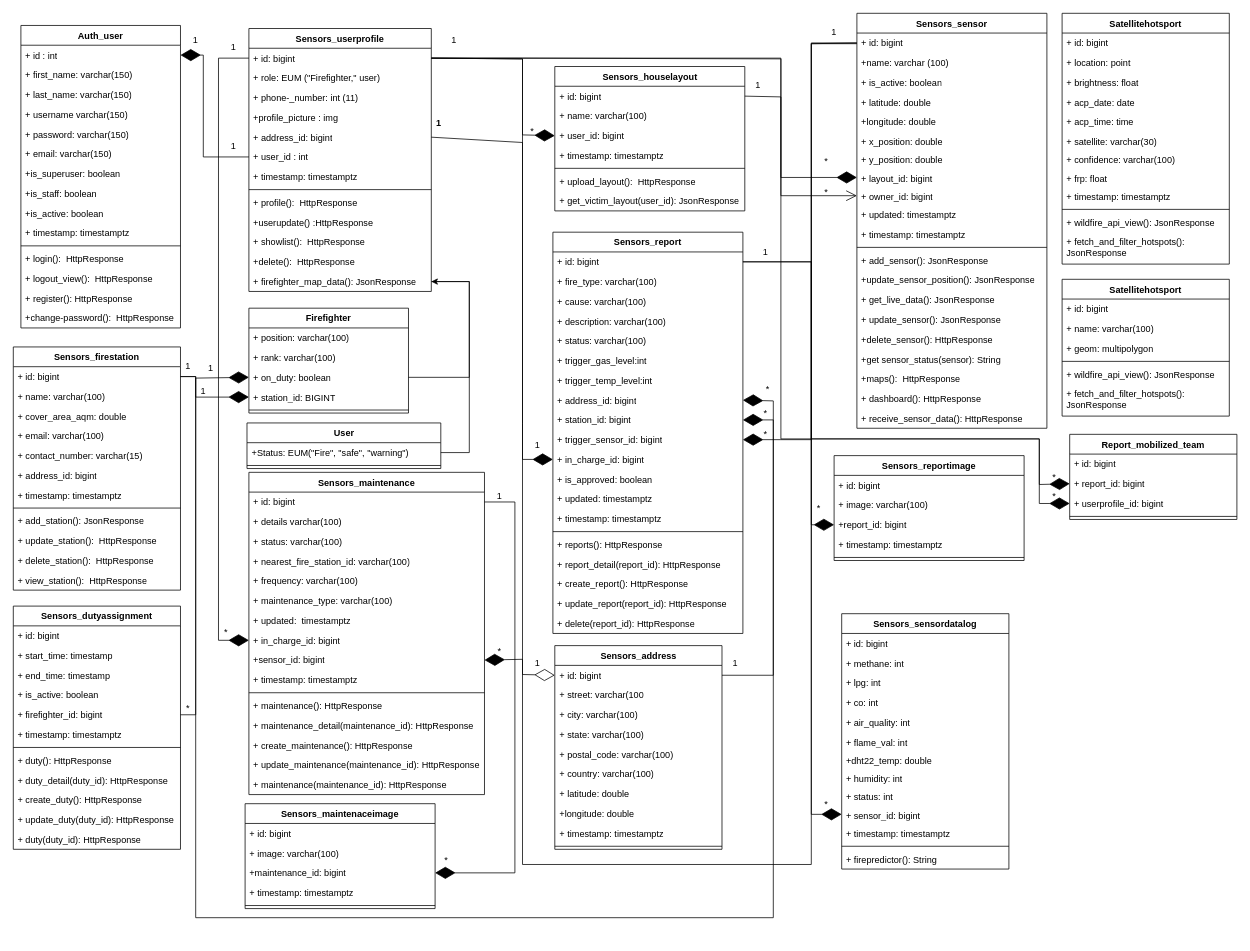
The draw.io diagram page "Class digram" (1 of 21) of doc/PSM.drawio in SNFASA/AI-Fire-Monitoring-System, before the edit. Source tidied: cells renumbered, new cells numbered last; positions are measured from the earlier drawing's top-left corner, leaving out a move shared by most shapes. Both pictures are drawn from the tidied source at 76%, with x=0, y=0 at pixel (13, 13).
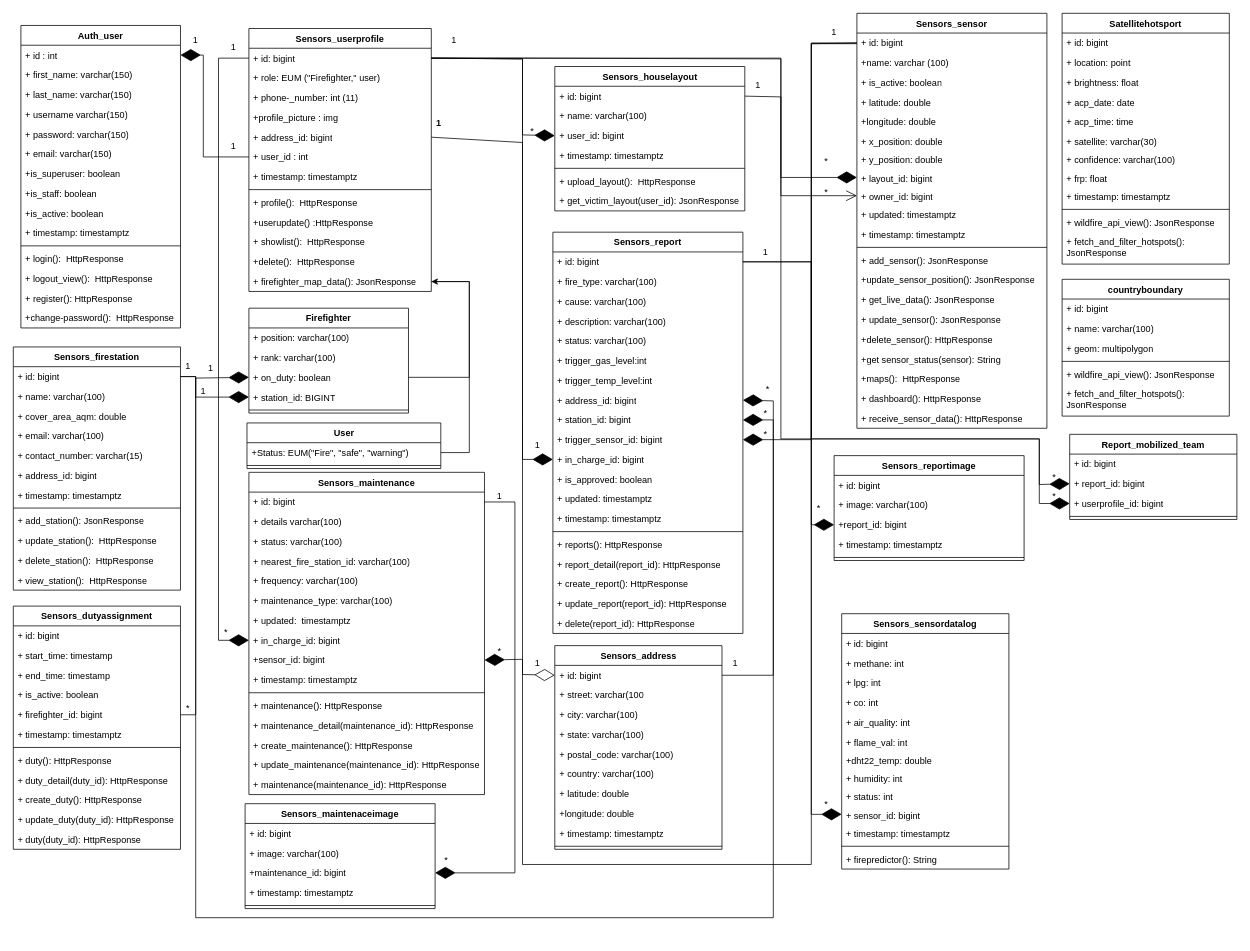
The same diagram, later.

What changed in the source:
```diff
@@
-    <mxCell id="230" value="Satellitehotsport" style="swimlane;fontStyle=1;align=center;verticalAlign=top;horizontal=1;startSize=26;whiteSpace=wrap;html=1;" parent="1" vertex="1">
+    <mxCell id="230" value="countryboundary" style="swimlane;fontStyle=1;align=center;verticalAlign=top;horizontal=1;startSize=26;whiteSpace=wrap;html=1;" parent="1" vertex="1">
       <mxGeometry x="1380" y="350" width="220" height="180" as="geometry" />
     </mxCell>
```
